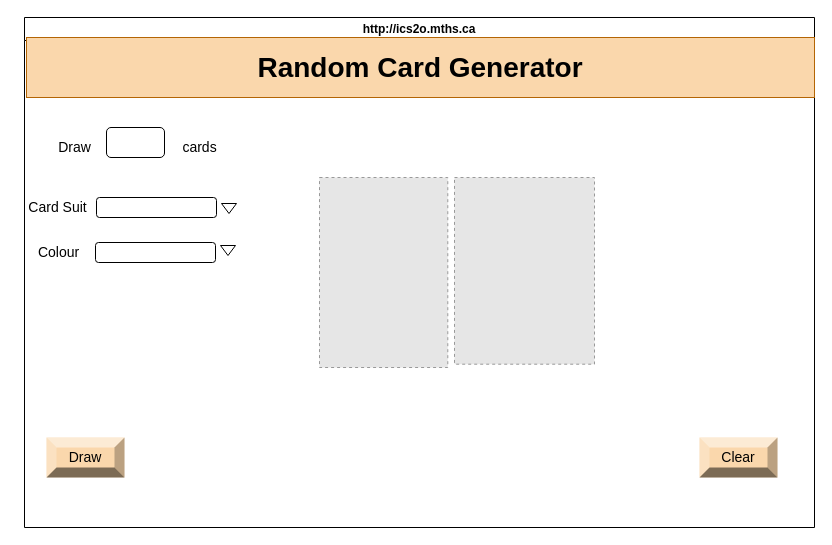
Above: storyboard.drawio in MTHS-ICS2O-2-2022/ICS2O-Final-Project-Group18 (draw.io), before the change. Source tidied: cells renumbered, new cells numbered last; positions are measured from the earlier drawing's top-left corner, leaving out a move shared by most shapes. Both pictures are drawn from the tidied source at 100%, with x=0, y=0 at pixel (17, 17). Pictures stored in the file or linked from it are replaced by grey dashed boxes.
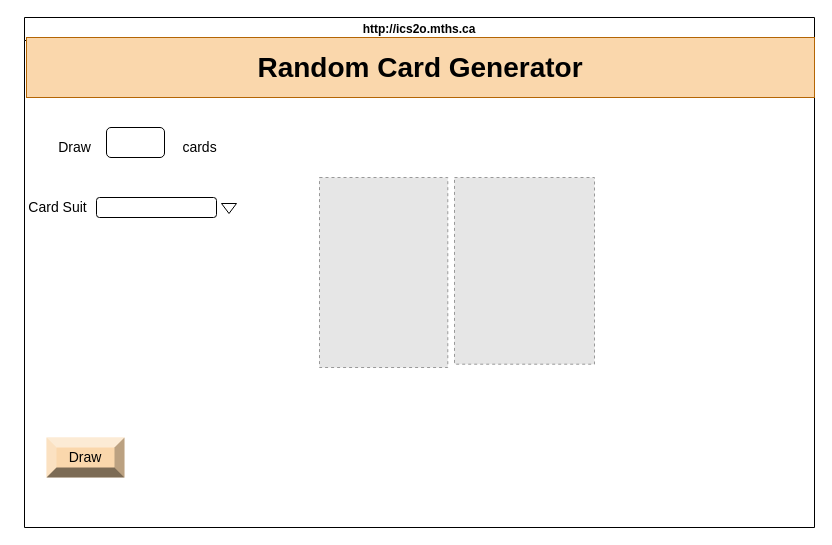
Above is the later version.

Commit message (it also covers changes not shown here):
flowchart and favicon

Change to the diagram source:
```diff
@@
 <mxGraphModel>
   <root>
     <mxCell id="0" />
     <mxCell id="1" parent="0" />
     <mxCell id="2" value="http://ics2o.mths.ca" style="swimlane;whiteSpace=wrap;html=1;" parent="1" vertex="1">
       <mxGeometry x="7" width="790" height="510" as="geometry" />
     </mxCell>
     <mxCell id="3" value="&lt;font style=&quot;font-size: 28px;&quot;&gt;&lt;b&gt;Random Card Generator&lt;/b&gt;&lt;/font&gt;" style="rounded=0;whiteSpace=wrap;html=1;fillColor=#fad7ac;strokeColor=#b46504;" parent="2" vertex="1">
       <mxGeometry x="2" y="20" width="788" height="60" as="geometry" />
     </mxCell>
     <mxCell id="4" style="rounded=1;whiteSpace=wrap;html=1;fontSize=28;" parent="2" vertex="1">
       <mxGeometry x="82" y="110" width="58" height="30" as="geometry" />
     </mxCell>
     <mxCell id="5" value="&lt;font style=&quot;font-size: 14px;&quot;&gt;Draw&amp;nbsp;&lt;/font&gt;" style="text;html=1;align=center;verticalAlign=middle;strokeColor=none;fillColor=none;fontSize=28;" parent="2" vertex="1">
       <mxGeometry x="22" y="100" width="60" height="50" as="geometry" />
     </mxCell>
     <mxCell id="6" value="&lt;font style=&quot;font-size: 14px;&quot;&gt;cards&lt;/font&gt;" style="text;html=1;align=center;verticalAlign=middle;strokeColor=none;fillColor=none;fontSize=28;" parent="2" vertex="1">
       <mxGeometry x="145" y="100" width="60" height="50" as="geometry" />
     </mxCell>
     <mxCell id="7" style="rounded=1;whiteSpace=wrap;html=1;fontSize=14;" parent="2" vertex="1">
       <mxGeometry x="72" y="180" width="120" height="20" as="geometry" />
     </mxCell>
     <mxCell id="8" style="html=1;shadow=0;dashed=0;align=center;verticalAlign=middle;shape=mxgraph.arrows2.arrow;dy=0.6;dx=40;direction=south;notch=0;fontSize=14;" parent="2" vertex="1">
       <mxGeometry x="197" y="186" width="15" height="10" as="geometry" />
     </mxCell>
-    <mxCell id="9" value="Colour" style="text;html=1;align=center;verticalAlign=middle;strokeColor=none;fillColor=none;fontSize=14;" parent="2" vertex="1">
-      <mxGeometry x="-1" y="220" width="70" height="30" as="geometry" />
-    </mxCell>
-    <mxCell id="10" style="rounded=1;whiteSpace=wrap;html=1;fontSize=14;" parent="2" vertex="1">
-      <mxGeometry x="71" y="225" width="120" height="20" as="geometry" />
-    </mxCell>
-    <mxCell id="11" style="html=1;shadow=0;dashed=0;align=center;verticalAlign=middle;shape=mxgraph.arrows2.arrow;dy=0.6;dx=40;direction=south;notch=0;fontSize=14;" parent="2" vertex="1">
-      <mxGeometry x="196" y="228" width="15" height="10" as="geometry" />
-    </mxCell>
     <mxCell id="12" value="Draw" style="labelPosition=center;verticalLabelPosition=middle;align=center;html=1;shape=mxgraph.basic.shaded_button;dx=10;fillColor=#fad7ac;strokeColor=#b46504;whiteSpace=wrap;fontSize=14;" parent="2" vertex="1">
       <mxGeometry x="22" y="420" width="78" height="40" as="geometry" />
     </mxCell>
-    <mxCell id="13" value="Clear" style="labelPosition=center;verticalLabelPosition=middle;align=center;html=1;shape=mxgraph.basic.shaded_button;dx=10;fillColor=#fad7ac;strokeColor=#b46504;whiteSpace=wrap;fontSize=14;" parent="2" vertex="1">
-      <mxGeometry x="675" y="420" width="78" height="40" as="geometry" />
-    </mxCell>
     <mxCell id="14" style="fillColor=#E6E6E6;strokeColor=#999999;dashed=1;verticalLabelPosition=bottom;labelBackgroundColor=default;verticalAlign=top;" parent="2" vertex="1">
       <mxGeometry x="295" y="160" width="128.3" height="190" as="geometry" />
     </mxCell>
     <mxCell id="15" style="fillColor=#E6E6E6;strokeColor=#999999;dashed=1;verticalLabelPosition=bottom;labelBackgroundColor=default;verticalAlign=top;" parent="2" vertex="1">
       <mxGeometry x="430" y="160" width="140" height="186.7" as="geometry" />
     </mxCell>
     <mxCell id="16" value="Card Suit" style="text;html=1;align=center;verticalAlign=middle;strokeColor=none;fillColor=none;fontSize=14;" parent="1" vertex="1">
       <mxGeometry y="175" width="80" height="30" as="geometry" />
     </mxCell>
   </root>
 </mxGraphModel>
```
